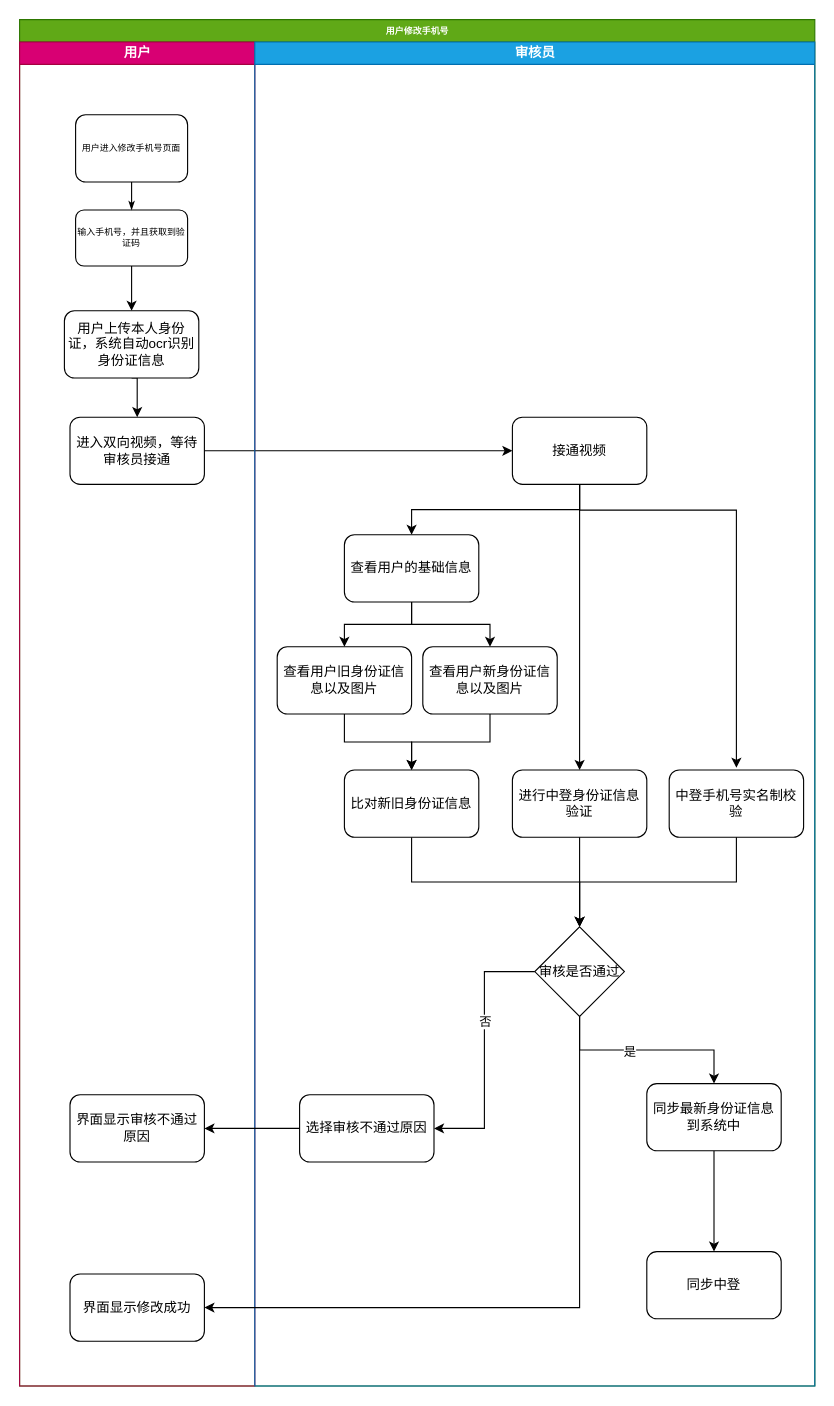
The draw.io diagram 未命名绘图.drawio in chengs2035/draw.io, before the edit. Source tidied: cells renumbered, new cells numbered last; positions are measured from the earlier drawing's top-left corner, leaving out a move shared by most shapes. Both pictures are drawn from the tidied source at 112%, with x=0, y=0 at pixel (19, 19).
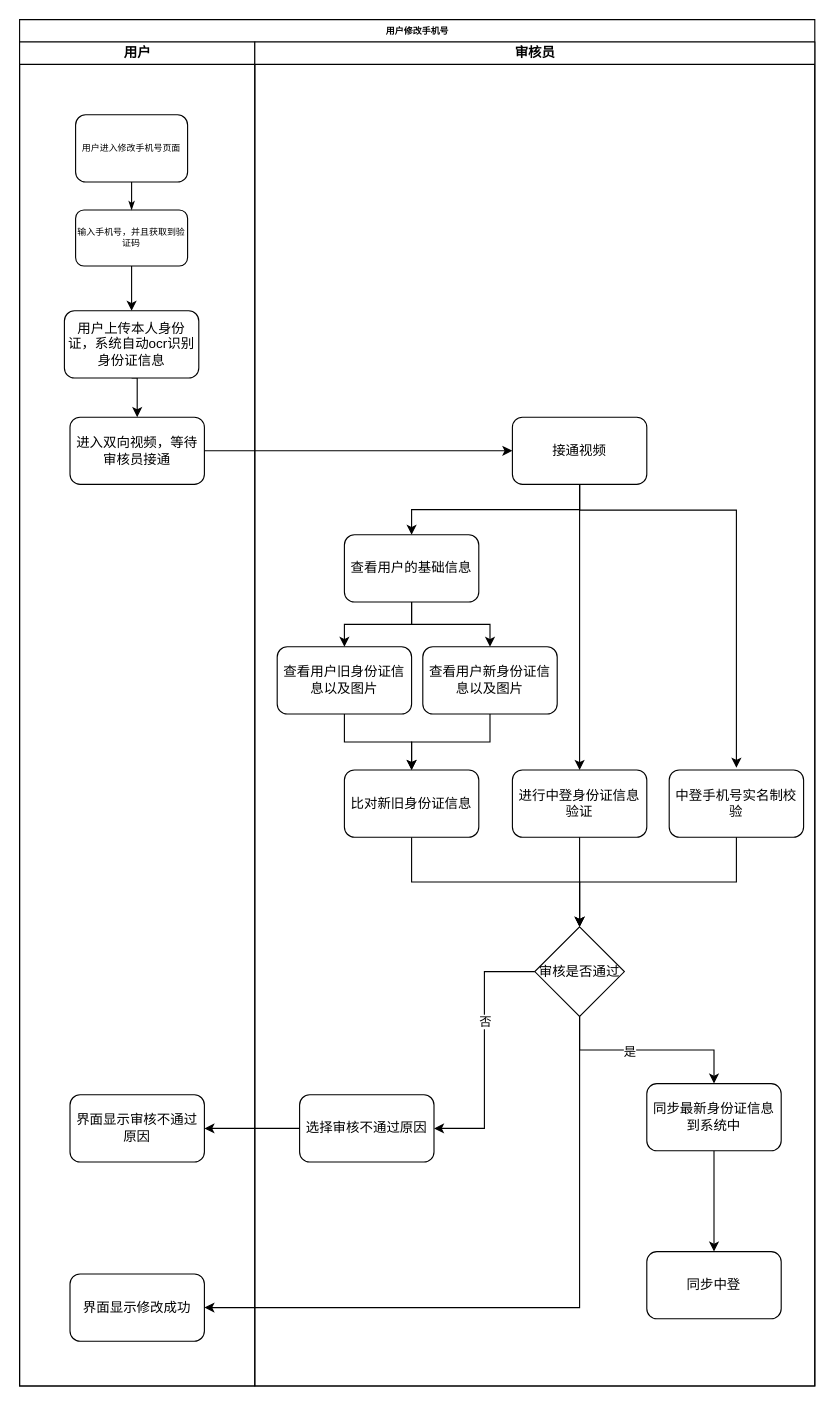
The same diagram, later.

Commit message (it also covers changes not shown here):
更新未命名绘图.drawio

The edit, as a diff of the source:
```diff
@@
-    <mxCell id="2" value="用户修改手机号" style="swimlane;html=1;startSize=20;rounded=0;shadow=0;labelBackgroundColor=none;strokeWidth=1;fontFamily=Verdana;fontSize=8;align=center;fillColor=#60a917;strokeColor=#2D7600;fontColor=#ffffff;" parent="1" vertex="1">
+    <mxCell id="2" value="用户修改手机号" style="swimlane;html=1;startSize=20;rounded=0;shadow=0;labelBackgroundColor=none;strokeWidth=1;fontFamily=Verdana;fontSize=8;align=center;" parent="1" vertex="1">
       <mxGeometry width="710" height="1220" as="geometry" />
     </mxCell>
-    <mxCell id="3" value="用户" style="swimlane;html=1;startSize=20;fillColor=#d80073;strokeColor=#A50040;fontColor=#ffffff;" parent="2" vertex="1">
+    <mxCell id="3" value="用户" style="swimlane;html=1;startSize=20;" parent="2" vertex="1">
       <mxGeometry y="20" width="210" height="1200" as="geometry" />
     </mxCell>
@@
-    <mxCell id="14" value="审核员" style="swimlane;html=1;startSize=20;direction=east;fillColor=#1ba1e2;strokeColor=#006EAF;fontColor=#ffffff;" parent="2" vertex="1">
+    <mxCell id="14" value="审核员" style="swimlane;html=1;startSize=20;direction=east;" parent="2" vertex="1">
       <mxGeometry x="210" y="20" width="500" height="1200" as="geometry" />
     </mxCell>
```
